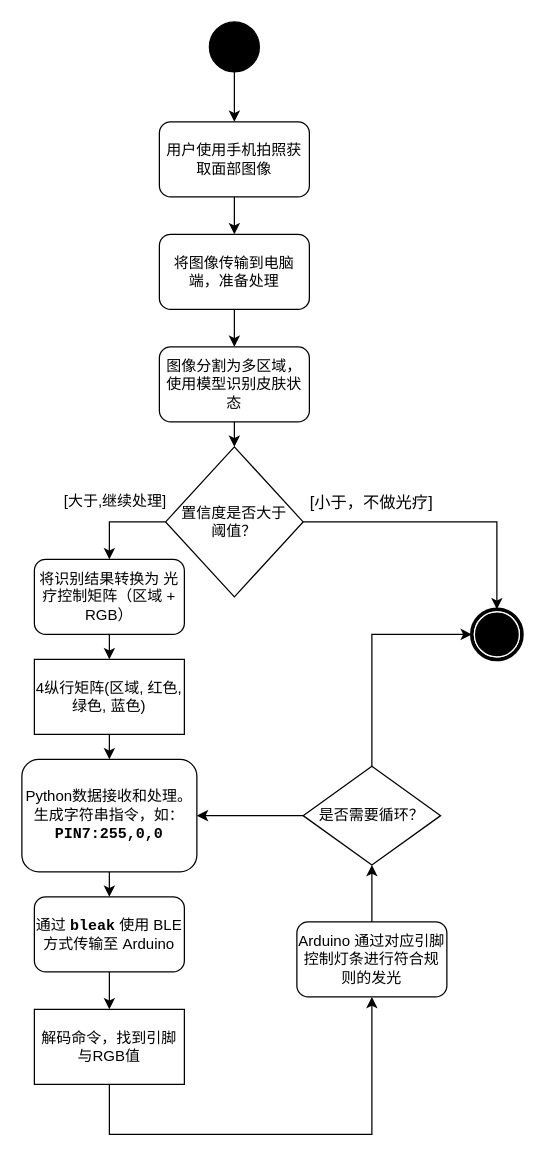
Before: 未命名绘图.drawio in fancilonely/Personalized_Phototherapy_Mask_MEC202, a draw.io diagram. Source tidied: cells renumbered, new cells numbered last; positions are measured from the earlier drawing's top-left corner, leaving out a move shared by most shapes. Both pictures are drawn from the tidied source at 125%, with x=0, y=0 at pixel (21, 21).
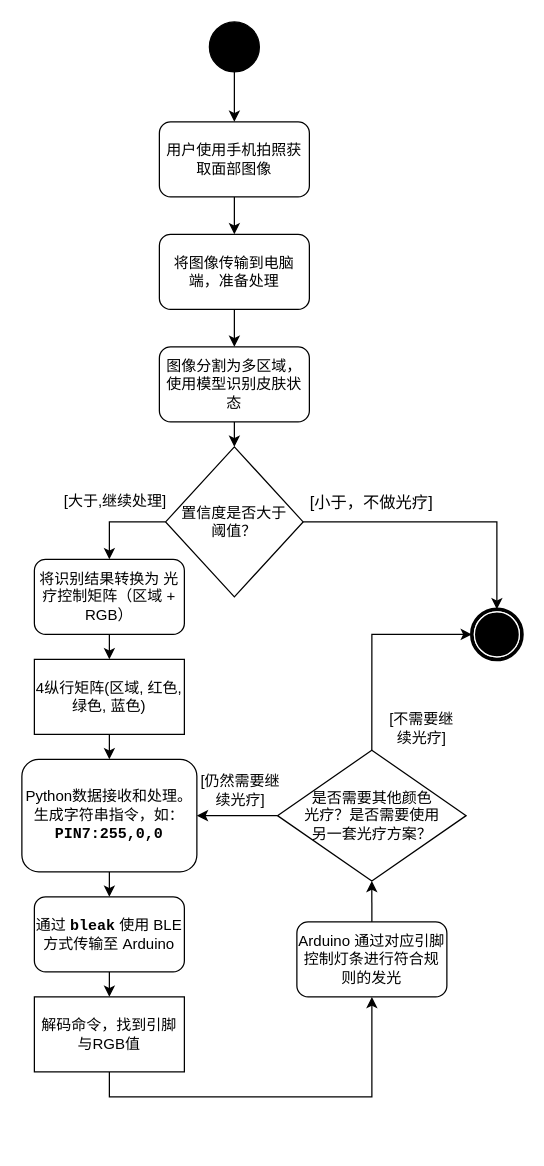
After the change.

Commit message:
光疗面罩流程图version1.0.drawio

Unchanged cells that the change refers to:
```xml
<mxCell id="14" value="Arduino 通过对应引脚控制灯条进行符合规则的发光" style="rounded=1;whiteSpace=wrap;html=1;direction=west;" parent="1" vertex="1">
  <mxGeometry x="220" y="720" width="120" height="60" as="geometry" />
</mxCell>
```

Change to the diagram source:
```diff
@@
-    <mxCell id="15" value="是否需要循环？" style="rhombus;whiteSpace=wrap;html=1;direction=west;" parent="1" vertex="1">
-      <mxGeometry x="225" y="595.5" width="110" height="79" as="geometry" />
+    <mxCell id="15" value="&lt;div&gt;是否需要其他颜色&lt;/div&gt;&lt;div&gt;光疗？是否需要使用&lt;/div&gt;&lt;div&gt;另一套光疗方案？&lt;/div&gt;" style="rhombus;whiteSpace=wrap;html=1;direction=west;" parent="1" vertex="1">
+      <mxGeometry x="204.5" y="582.7" width="150.9" height="104.6" as="geometry" />
     </mxCell>
@@
     <mxCell id="20" value="解码命令，找到引脚与RGB值" style="rounded=0;whiteSpace=wrap;html=1;" parent="1" vertex="1">
-      <mxGeometry x="10" y="790" width="120" height="60" as="geometry" />
+      <mxGeometry x="10" y="780" width="120" height="60" as="geometry" />
     </mxCell>
@@
     <mxCell id="22" style="endArrow=classic;html=1;rounded=0;exitX=0.5;exitY=1;exitDx=0;exitDy=0;entryX=0.5;entryY=0;entryDx=0;entryDy=0;" parent="1" edge="1" source="20" target="14">
       <mxGeometry relative="1" as="geometry">
         <Array as="points">
-          <mxPoint x="70" y="890" />
-          <mxPoint x="280" y="890" />
+          <mxPoint x="70" y="860" />
+          <mxPoint x="280" y="860" />
         </Array>
       </mxGeometry>
     </mxCell>
@@
+    <mxCell id="31" value="[仍然需要继续光疗]" style="text;strokeColor=none;align=center;fillColor=none;html=1;verticalAlign=middle;whiteSpace=wrap;rounded=0;" parent="1" vertex="1">
+      <mxGeometry x="140" y="610" width="70" height="10" as="geometry" />
+    </mxCell>
+    <mxCell id="32" value="[不需要继续光疗]" style="text;strokeColor=none;align=center;fillColor=none;html=1;verticalAlign=middle;whiteSpace=wrap;rounded=0;" parent="1" vertex="1">
+      <mxGeometry x="290" y="550" width="60" height="30" as="geometry" />
+    </mxCell>
```
